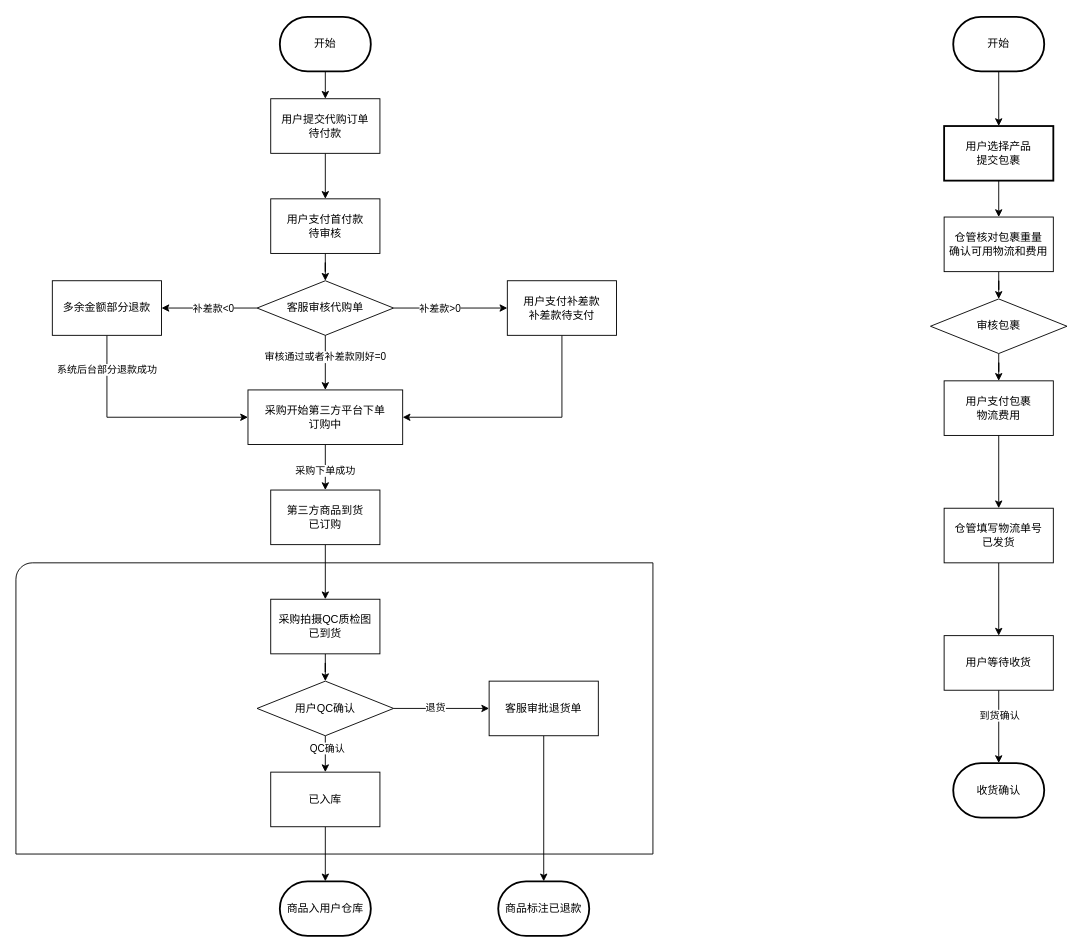
This is 代购流程.drawio from yangjy15033/draw.io, a draw.io file, before an edit. Source tidied: cells renumbered, new cells numbered last; positions are measured from the earlier drawing's top-left corner, leaving out a move shared by most shapes. Both pictures are drawn from the tidied source at 91%, with x=0, y=0 at pixel (15, 16).
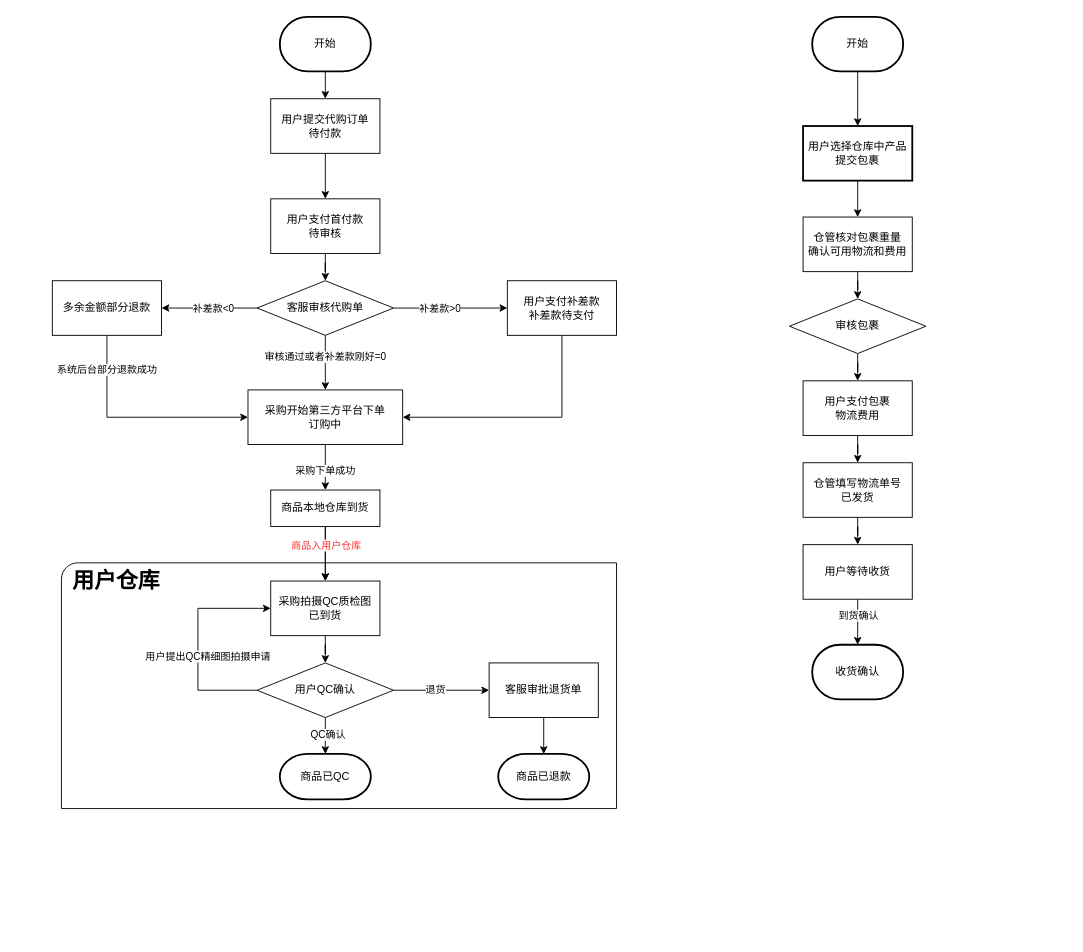
The same diagram, later.

Diff of the diagram source:
```diff
@@
-<mxGraphModel>
+<mxGraphModel background="#ffffff">
@@
     <mxCell id="2" style="verticalLabelPosition=bottom;verticalAlign=top;html=1;shape=mxgraph.basic.corner_round_rect;dx=9;whiteSpace=wrap;" parent="1" vertex="1">
-      <mxGeometry y="600" width="700" height="320" as="geometry" />
+      <mxGeometry x="50" y="600" width="610" height="270" as="geometry" />
     </mxCell>
@@
+    <mxCell id="55" style="edgeStyle=orthogonalEdgeStyle;rounded=0;jettySize=auto;html=1;" parent="1" edge="1" source="12" target="36">
+      <mxGeometry relative="1" as="geometry" />
+    </mxCell>
+    <mxCell id="15" value="&lt;font color=&quot;#ff3333&quot;&gt;商品入用户仓库&lt;/font&gt;" style="edgeLabel;html=1;align=center;verticalAlign=middle;points=[];shadow=1;fillColor=#FF645E;" parent="55" vertex="1">
+      <mxGeometry x="-0.28" y="2" relative="1" as="geometry">
+        <mxPoint x="-2" y="-2" as="offset" />
+      </mxGeometry>
+    </mxCell>
-    <mxCell id="12" value="第三方商品到货&lt;br&gt;已订购" style="whiteSpace=wrap;html=1;rounded=0;" parent="1" vertex="1">
-      <mxGeometry x="280" y="520" width="120" height="60" as="geometry" />
+    <mxCell id="12" value="商品本地仓库到货" style="whiteSpace=wrap;html=1;rounded=0;" parent="1" vertex="1">
+      <mxGeometry x="280" y="520" width="120" height="40" as="geometry" />
     </mxCell>
-    <mxCell id="13" style="edgeStyle=orthogonalEdgeStyle;rounded=0;jettySize=auto;html=1;" parent="1" edge="1" source="14" target="15">
-      <mxGeometry relative="1" as="geometry" />
-    </mxCell>
-    <mxCell id="14" value="已入库" style="whiteSpace=wrap;html=1;rounded=0;" parent="1" vertex="1">
-      <mxGeometry x="280" y="830" width="120" height="60" as="geometry" />
-    </mxCell>
-    <mxCell id="15" value="商品入用户仓库" style="strokeWidth=2;html=1;shape=mxgraph.flowchart.terminator;whiteSpace=wrap;" parent="1" vertex="1">
-      <mxGeometry x="290" y="950" width="100" height="60" as="geometry" />
-    </mxCell>
@@
-    <mxCell id="28" style="edgeStyle=orthogonalEdgeStyle;rounded=0;jettySize=auto;html=1;exitX=0.5;exitY=1;exitDx=0;exitDy=0;entryX=0.5;entryY=0;entryDx=0;entryDy=0;" parent="1" edge="1" source="32" target="14">
-      <mxGeometry relative="1" as="geometry" />
-    </mxCell>
-    <mxCell id="29" value="QC确认" style="edgeLabel;html=1;align=center;verticalAlign=middle;" parent="28" vertex="1">
-      <mxGeometry x="-0.37" y="1" relative="1" as="geometry" />
-    </mxCell>
@@
+    <mxCell id="56" style="edgeStyle=orthogonalEdgeStyle;rounded=0;jettySize=auto;html=1;" parent="1" edge="1" source="32" target="60">
+      <mxGeometry relative="1" as="geometry" />
+    </mxCell>
+    <mxCell id="29" value="QC确认" style="edgeLabel;html=1;align=center;verticalAlign=middle;" parent="56" vertex="1">
+      <mxGeometry x="-0.12" y="2" relative="1" as="geometry" />
+    </mxCell>
+    <mxCell id="57" style="edgeStyle=orthogonalEdgeStyle;rounded=0;jettySize=auto;html=1;exitX=0;exitY=0.5;exitDx=0;exitDy=0;entryX=0;entryY=0.5;entryDx=0;entryDy=0;" parent="1" edge="1" source="32" target="36">
+      <mxGeometry relative="1" as="geometry">
+        <Array as="points">
+          <mxPoint x="200" y="740" />
+          <mxPoint x="200" y="650" />
+        </Array>
+      </mxGeometry>
+    </mxCell>
+    <mxCell id="58" value="用户提出QC精细图拍摄申请" style="edgeLabel;html=1;align=center;verticalAlign=middle;" parent="57" vertex="1">
+      <mxGeometry x="-0.12" y="4" relative="1" as="geometry">
+        <mxPoint x="14" as="offset" />
+      </mxGeometry>
+    </mxCell>
     <mxCell id="32" value="用户QC确认" style="rhombus;whiteSpace=wrap;html=1;rounded=0;" parent="1" vertex="1">
-      <mxGeometry x="265" y="730" width="150" height="60" as="geometry" />
+      <mxGeometry x="265" y="710" width="150" height="60" as="geometry" />
     </mxCell>
@@
     <mxCell id="34" value="客服审批退货单" style="whiteSpace=wrap;html=1;rounded=0;" parent="1" vertex="1">
-      <mxGeometry x="520" y="730" width="120" height="60" as="geometry" />
+      <mxGeometry x="520" y="710" width="120" height="60" as="geometry" />
     </mxCell>
@@
     <mxCell id="36" value="采购拍摄QC质检图&lt;br&gt;已到货" style="whiteSpace=wrap;html=1;rounded=0;" parent="1" vertex="1">
-      <mxGeometry x="280" y="640" width="120" height="60" as="geometry" />
+      <mxGeometry x="280" y="620" width="120" height="60" as="geometry" />
     </mxCell>
-    <mxCell id="37" value="商品标注已退款" style="strokeWidth=2;html=1;shape=mxgraph.flowchart.terminator;whiteSpace=wrap;" parent="1" vertex="1">
-      <mxGeometry x="530" y="950" width="100" height="60" as="geometry" />
+    <mxCell id="37" value="商品已退款" style="strokeWidth=2;html=1;shape=mxgraph.flowchart.terminator;whiteSpace=wrap;" parent="1" vertex="1">
+      <mxGeometry x="530" y="810" width="100" height="50" as="geometry" />
     </mxCell>
@@
     <mxCell id="40" value="开始" style="strokeWidth=2;html=1;shape=mxgraph.flowchart.terminator;whiteSpace=wrap;" parent="1" vertex="1">
-      <mxGeometry x="1030" width="100" height="60" as="geometry" />
+      <mxGeometry x="875" width="100" height="60" as="geometry" />
     </mxCell>
@@
-    <mxCell id="42" value="用户选择产品&lt;br&gt;提交包裹" style="whiteSpace=wrap;html=1;strokeWidth=2;" parent="1" vertex="1">
-      <mxGeometry x="1020" y="120" width="120" height="60" as="geometry" />
+    <mxCell id="42" value="用户选择仓库中产品&lt;br&gt;提交包裹" style="whiteSpace=wrap;html=1;strokeWidth=2;" parent="1" vertex="1">
+      <mxGeometry x="865" y="120" width="120" height="60" as="geometry" />
     </mxCell>
@@
     <mxCell id="44" value="审核包裹" style="rhombus;whiteSpace=wrap;html=1;rounded=0;" parent="1" vertex="1">
-      <mxGeometry x="1005" y="310" width="150" height="60" as="geometry" />
+      <mxGeometry x="850" y="310" width="150" height="60" as="geometry" />
     </mxCell>
@@
     <mxCell id="46" value="用户支付包裹&lt;br&gt;物流费用" style="whiteSpace=wrap;html=1;rounded=0;" parent="1" vertex="1">
-      <mxGeometry x="1020" y="400" width="120" height="60" as="geometry" />
+      <mxGeometry x="865" y="400" width="120" height="60" as="geometry" />
     </mxCell>
@@
     <mxCell id="48" value="仓管填写物流单号&lt;br&gt;已发货" style="whiteSpace=wrap;html=1;rounded=0;" parent="1" vertex="1">
-      <mxGeometry x="1020" y="540" width="120" height="60" as="geometry" />
+      <mxGeometry x="865" y="490" width="120" height="60" as="geometry" />
     </mxCell>
@@
     <mxCell id="51" value="用户等待收货" style="whiteSpace=wrap;html=1;rounded=0;" parent="1" vertex="1">
-      <mxGeometry x="1020" y="680" width="120" height="60" as="geometry" />
+      <mxGeometry x="865" y="580" width="120" height="60" as="geometry" />
     </mxCell>
     <mxCell id="52" value="收货确认" style="strokeWidth=2;html=1;shape=mxgraph.flowchart.terminator;whiteSpace=wrap;" parent="1" vertex="1">
-      <mxGeometry x="1030" y="820" width="100" height="60" as="geometry" />
+      <mxGeometry x="875" y="690" width="100" height="60" as="geometry" />
     </mxCell>
@@
     <mxCell id="54" value="仓管核对包裹重量&lt;br&gt;确认可用物流和费用&lt;br&gt;" style="whiteSpace=wrap;html=1;rounded=0;" parent="1" vertex="1">
-      <mxGeometry x="1020" y="220" width="120" height="60" as="geometry" />
+      <mxGeometry x="865" y="220" width="120" height="60" as="geometry" />
     </mxCell>
+    <mxCell id="59" value="用户仓库" style="text;strokeColor=none;fillColor=none;html=1;fontSize=24;fontStyle=1;verticalAlign=middle;align=center;" parent="1" vertex="1">
+      <mxGeometry x="60" y="600" width="100" height="40" as="geometry" />
+    </mxCell>
+    <mxCell id="60" value="商品已QC" style="strokeWidth=2;html=1;shape=mxgraph.flowchart.terminator;whiteSpace=wrap;" parent="1" vertex="1">
+      <mxGeometry x="290" y="810" width="100" height="50" as="geometry" />
+    </mxCell>
```
